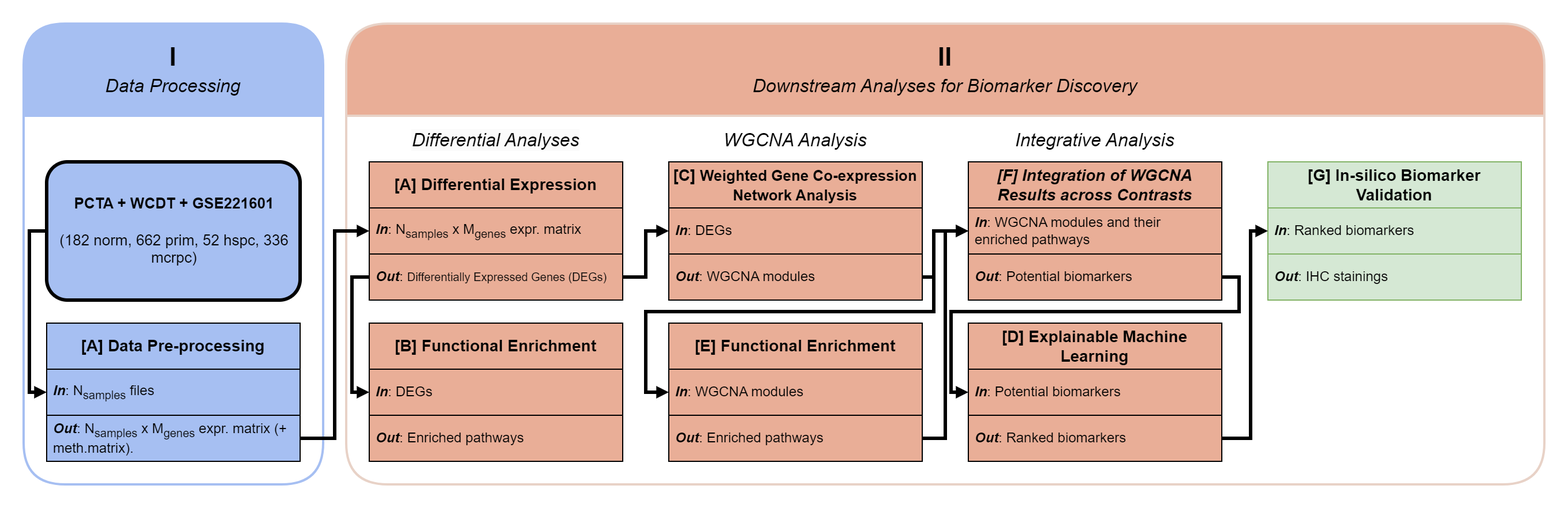
The draw.io diagram docs/1_workflow.png in CarlosUziel/pca_wgcna_ml, before a commit. Source tidied: cells renumbered, new cells last; positions are measured from the earlier drawing's top-left corner, leaving out a move shared by most shapes.
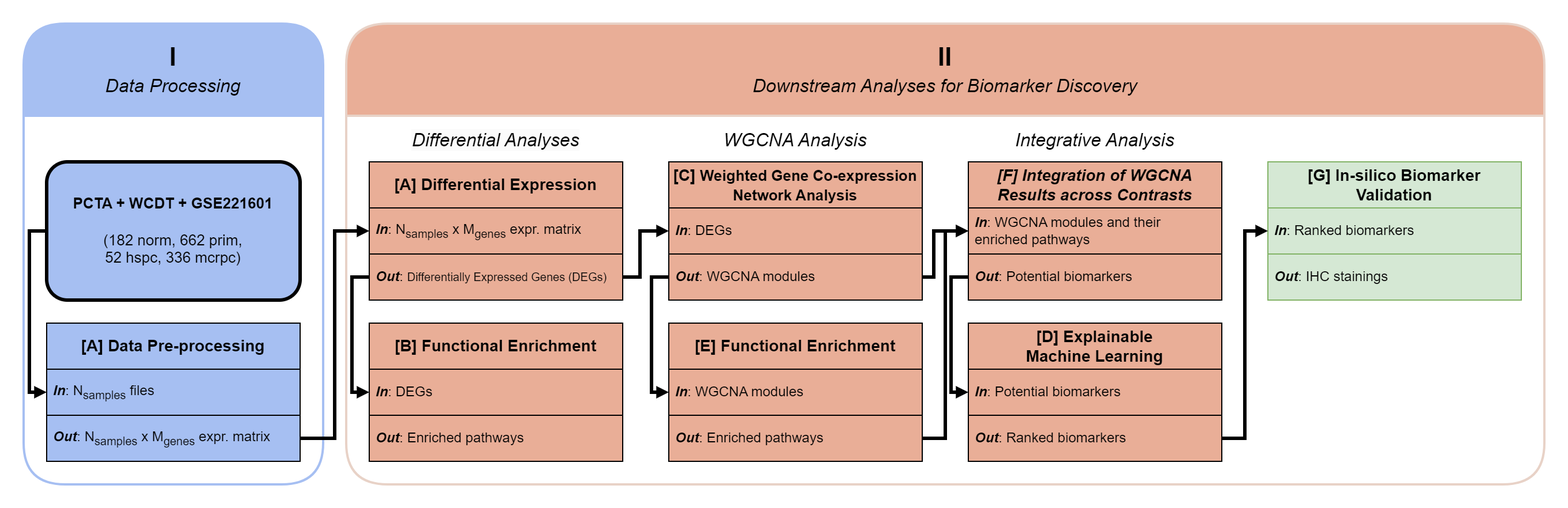
The same file after the commit.

Commit message:
Fix and improve workflow figure.

What changed in the source:
```diff
@@ -24,10 +24,10 @@
     <mxCell id="7" value="&lt;i&gt;&lt;b&gt;In&lt;/b&gt;&lt;/i&gt;: N&lt;sub style=&quot;border-color: var(--border-color);&quot;&gt;samples&lt;/sub&gt;&amp;nbsp;files" style="text;strokeColor=default;fillColor=#A6BFF2;align=left;verticalAlign=middle;spacingLeft=4;spacingRight=4;overflow=hidden;points=[[0,0.5],[1,0.5]];portConstraint=eastwest;whiteSpace=wrap;html=1;fontSize=12;gradientColor=none;" parent="6" vertex="1">
       <mxGeometry y="40" width="220" height="40" as="geometry" />
     </mxCell>
-    <mxCell id="8" value="&lt;i style=&quot;border-color: var(--border-color);&quot;&gt;&lt;b&gt;Out&lt;/b&gt;&lt;/i&gt;: N&lt;sub style=&quot;border-color: var(--border-color);&quot;&gt;samples&lt;/sub&gt;&amp;nbsp;x M&lt;sub style=&quot;border-color: var(--border-color);&quot;&gt;genes&lt;/sub&gt;&amp;nbsp;expr. matrix (+ meth.matrix)." style="text;strokeColor=default;fillColor=#a6bff2;align=left;verticalAlign=middle;spacingLeft=4;spacingRight=4;overflow=hidden;points=[[0,0.5],[1,0.5]];portConstraint=eastwest;whiteSpace=wrap;html=1;fontSize=12;" parent="6" vertex="1">
+    <mxCell id="8" value="&lt;i style=&quot;border-color: var(--border-color);&quot;&gt;&lt;b&gt;Out&lt;/b&gt;&lt;/i&gt;: N&lt;sub style=&quot;border-color: var(--border-color);&quot;&gt;samples&lt;/sub&gt;&amp;nbsp;x M&lt;sub style=&quot;border-color: var(--border-color);&quot;&gt;genes&lt;/sub&gt;&amp;nbsp;expr. matrix" style="text;strokeColor=default;fillColor=#a6bff2;align=left;verticalAlign=middle;spacingLeft=4;spacingRight=4;overflow=hidden;points=[[0,0.5],[1,0.5]];portConstraint=eastwest;whiteSpace=wrap;html=1;fontSize=12;" parent="6" vertex="1">
       <mxGeometry y="80" width="220" height="40" as="geometry" />
     </mxCell>
-    <mxCell id="9" value="&lt;div style=&quot;border-color: var(--border-color); font-size: 13px; text-align: center;&quot;&gt;&lt;b style=&quot;border-color: var(--border-color);&quot;&gt;PCTA + WCDT + GSE221601&lt;/b&gt;&lt;/div&gt;&lt;div style=&quot;border-color: var(--border-color); font-size: 13px; text-align: center;&quot;&gt;&lt;b style=&quot;border-color: var(--border-color);&quot;&gt;&lt;br style=&quot;border-color: var(--border-color);&quot;&gt;&lt;/b&gt;&lt;/div&gt;&lt;div style=&quot;border-color: var(--border-color); font-size: 13px; text-align: center;&quot;&gt;(182 norm, 662 prim, 52 hspc, 336 mcrpc)&lt;/div&gt;" style="text;strokeColor=default;fillColor=#A6BFF2;align=left;verticalAlign=middle;spacingLeft=4;spacingRight=4;overflow=hidden;points=[[0,0.5],[1,0.5]];portConstraint=eastwest;whiteSpace=wrap;html=1;fontSize=12;gradientColor=none;rounded=1;shadow=0;strokeWidth=3;" parent="4" vertex="1">
+    <mxCell id="9" value="&lt;div style=&quot;border-color: var(--border-color); font-size: 13px;&quot;&gt;&lt;b style=&quot;border-color: var(--border-color);&quot;&gt;PCTA + WCDT + GSE221601&lt;/b&gt;&lt;/div&gt;&lt;div style=&quot;border-color: var(--border-color); font-size: 13px;&quot;&gt;&lt;b style=&quot;border-color: var(--border-color);&quot;&gt;&lt;br style=&quot;border-color: var(--border-color);&quot;&gt;&lt;/b&gt;&lt;/div&gt;&lt;div style=&quot;border-color: var(--border-color); font-size: 13px;&quot;&gt;(182 norm, 662 prim,&lt;/div&gt;&lt;div style=&quot;border-color: var(--border-color); font-size: 13px;&quot;&gt;52 hspc, 336 mcrpc)&lt;/div&gt;" style="text;strokeColor=default;fillColor=#A6BFF2;align=center;verticalAlign=middle;spacingLeft=4;spacingRight=4;overflow=hidden;points=[[0,0.5],[1,0.5]];portConstraint=eastwest;whiteSpace=wrap;html=1;fontSize=12;gradientColor=none;rounded=1;shadow=0;strokeWidth=3;" parent="4" vertex="1">
       <mxGeometry x="20" y="120" width="220" height="120" as="geometry" />
     </mxCell>
     <mxCell id="10" style="edgeStyle=none;html=1;exitX=0;exitY=0.5;exitDx=0;exitDy=0;rounded=0;strokeWidth=3;strokeColor=default;jumpStyle=arc;endSize=3;startSize=3;endArrow=block;endFill=1;entryX=0;entryY=0.5;entryDx=0;entryDy=0;" parent="4" edge="1" source="9" target="7">
@@ -115,32 +115,29 @@
     <mxCell id="34" style="edgeStyle=none;html=1;exitX=1;exitY=0.5;exitDx=0;exitDy=0;rounded=0;strokeWidth=3;strokeColor=default;jumpStyle=arc;endSize=3;startSize=3;endArrow=block;endFill=1;entryX=0;entryY=0.5;entryDx=0;entryDy=0;" parent="11" edge="1" source="17" target="22">
       <mxGeometry relative="1" as="geometry">
         <Array as="points">
-          <mxPoint x="260" y="220" />
-          <mxPoint x="260" y="180" />
+          <mxPoint x="255" y="220" />
+          <mxPoint x="255" y="180" />
         </Array>
       </mxGeometry>
     </mxCell>
-    <mxCell id="35" style="edgeStyle=none;html=1;exitX=1;exitY=0.5;exitDx=0;exitDy=0;rounded=0;strokeWidth=3;strokeColor=default;jumpStyle=arc;endSize=3;startSize=3;endArrow=block;endFill=1;entryX=0;entryY=0.5;entryDx=0;entryDy=0;" parent="11" edge="1" source="23" target="25">
+    <mxCell id="35" style="edgeStyle=none;html=1;exitX=0;exitY=0.5;exitDx=0;exitDy=0;rounded=0;strokeWidth=3;strokeColor=default;jumpStyle=arc;endSize=3;startSize=3;endArrow=block;endFill=1;entryX=0;entryY=0.5;entryDx=0;entryDy=0;" parent="11" edge="1" source="23" target="25">
       <mxGeometry relative="1" as="geometry">
         <Array as="points">
-          <mxPoint x="510" y="220" />
-          <mxPoint x="510" y="250" />
-          <mxPoint x="260" y="250" />
-          <mxPoint x="260" y="320" />
+          <mxPoint x="265" y="220" />
+          <mxPoint x="265" y="320" />
         </Array>
       </mxGeometry>
     </mxCell>
-    <mxCell id="36" style="edgeStyle=none;html=1;exitX=1;exitY=0.5;exitDx=0;exitDy=0;rounded=0;strokeWidth=3;strokeColor=default;jumpStyle=arc;endSize=3;startSize=3;endArrow=block;endFill=1;entryX=0;entryY=0.5;entryDx=0;entryDy=0;" parent="11" edge="1" source="29" target="37">
+    <mxCell id="36" style="edgeStyle=none;html=1;exitX=0;exitY=0.5;exitDx=0;exitDy=0;rounded=0;strokeWidth=3;strokeColor=default;jumpStyle=arc;endSize=3;startSize=3;endArrow=block;endFill=1;entryX=0;entryY=0.5;entryDx=0;entryDy=0;" parent="11" edge="1" source="29" target="37">
       <mxGeometry relative="1" as="geometry">
         <Array as="points">
-          <mxPoint x="775" y="220" />
-          <mxPoint x="775" y="250" />
+          <mxPoint x="525" y="220" />
           <mxPoint x="525" y="250" />
           <mxPoint x="525" y="320" />
         </Array>
       </mxGeometry>
     </mxCell>
-    <mxCell id="37" value="&lt;div style=&quot;border-color: var(--border-color); font-size: 14px;&quot;&gt;&lt;div style=&quot;border-color: var(--border-color); font-size: 12px;&quot;&gt;&lt;div style=&quot;border-color: var(--border-color); font-size: 14px;&quot;&gt;&lt;div style=&quot;border-color: var(--border-color);&quot;&gt;&lt;span style=&quot;border-color: var(--border-color);&quot;&gt;&lt;b&gt;[D] Explainable Machine Learning&lt;br&gt;&lt;/b&gt;&lt;/span&gt;&lt;/div&gt;&lt;/div&gt;&lt;/div&gt;&lt;/div&gt;" style="swimlane;fontStyle=0;horizontal=1;startSize=40;whiteSpace=wrap;html=1;fontSize=12;strokeColor=#000000;fillColor=#E9AE97;" parent="11" vertex="1">
+    <mxCell id="37" value="&lt;b style=&quot;font-size: 14px;&quot;&gt;[D] Explainable&lt;/b&gt;&lt;br&gt;&lt;div style=&quot;border-color: var(--border-color); font-size: 14px;&quot;&gt;&lt;div style=&quot;border-color: var(--border-color); font-size: 12px;&quot;&gt;&lt;div style=&quot;border-color: var(--border-color); font-size: 14px;&quot;&gt;&lt;div style=&quot;border-color: var(--border-color);&quot;&gt;&lt;span style=&quot;border-color: var(--border-color);&quot;&gt;&lt;b&gt;Machine Learning&lt;/b&gt;&lt;/span&gt;&lt;/div&gt;&lt;/div&gt;&lt;/div&gt;&lt;/div&gt;" style="swimlane;fontStyle=0;horizontal=1;startSize=40;whiteSpace=wrap;html=1;fontSize=12;strokeColor=#000000;fillColor=#E9AE97;" parent="11" vertex="1">
       <mxGeometry x="540" y="260" width="220" height="120" as="geometry" />
     </mxCell>
     <mxCell id="38" value="&lt;i&gt;&lt;b&gt;In&lt;/b&gt;&lt;/i&gt;: Potential biomarkers" style="text;strokeColor=default;fillColor=#E9AE97;align=left;verticalAlign=middle;spacingLeft=4;spacingRight=4;overflow=hidden;whiteSpace=wrap;html=1;fontSize=12;gradientColor=none;" parent="37" vertex="1">
@@ -168,8 +165,8 @@
     <mxCell id="42" style="edgeStyle=none;html=1;exitX=1;exitY=0.5;exitDx=0;exitDy=0;rounded=0;strokeWidth=3;strokeColor=default;jumpStyle=arc;endSize=3;startSize=3;endArrow=block;endFill=1;entryX=0;entryY=0.5;entryDx=0;entryDy=0;" parent="11" edge="1" source="39" target="31">
       <mxGeometry relative="1" as="geometry">
         <Array as="points">
-          <mxPoint x="785" y="360" />
-          <mxPoint x="785" y="180" />
+          <mxPoint x="780" y="360" />
+          <mxPoint x="780" y="180" />
         </Array>
       </mxGeometry>
     </mxCell>
```
